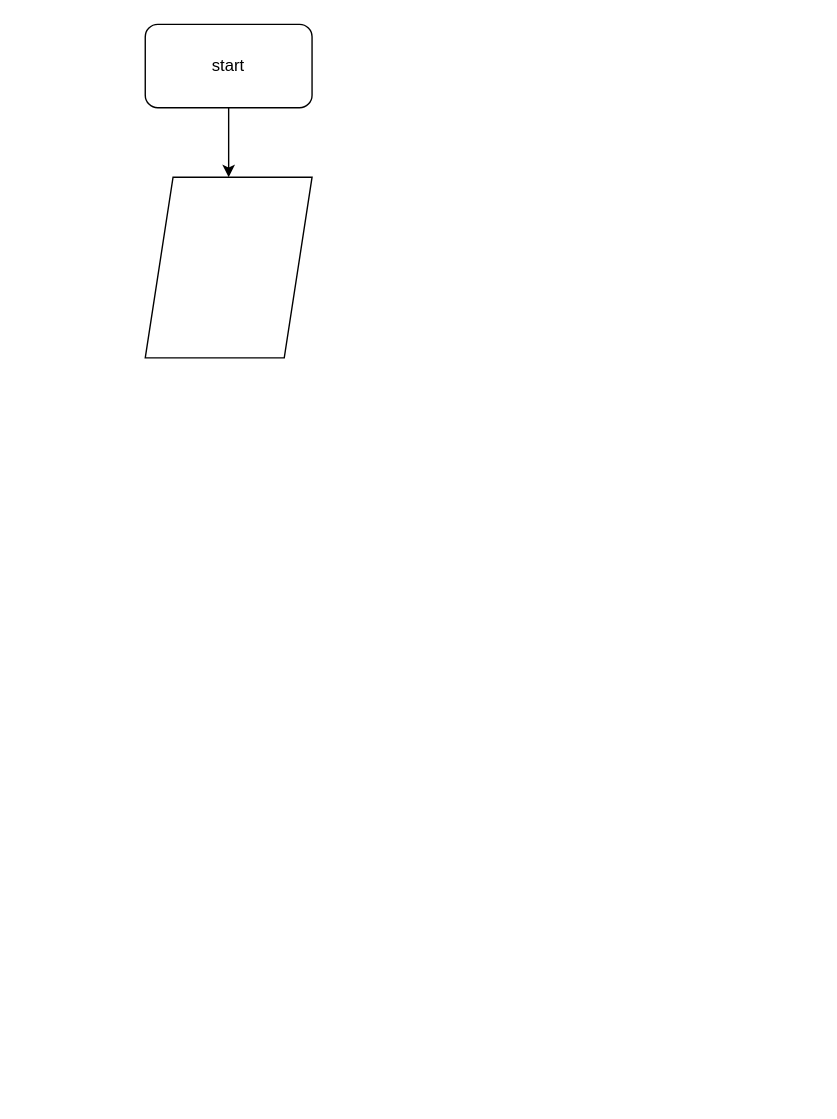
This is блок схема.drawio from Grog1979/ControlJob1, a draw.io file, before an edit. Source tidied: cells renumbered, new cells numbered last; positions are measured from the earlier drawing's top-left corner, leaving out a move shared by most shapes. Both pictures are drawn from the tidied source at 139%, with x=0, y=0 at pixel (145, 24).
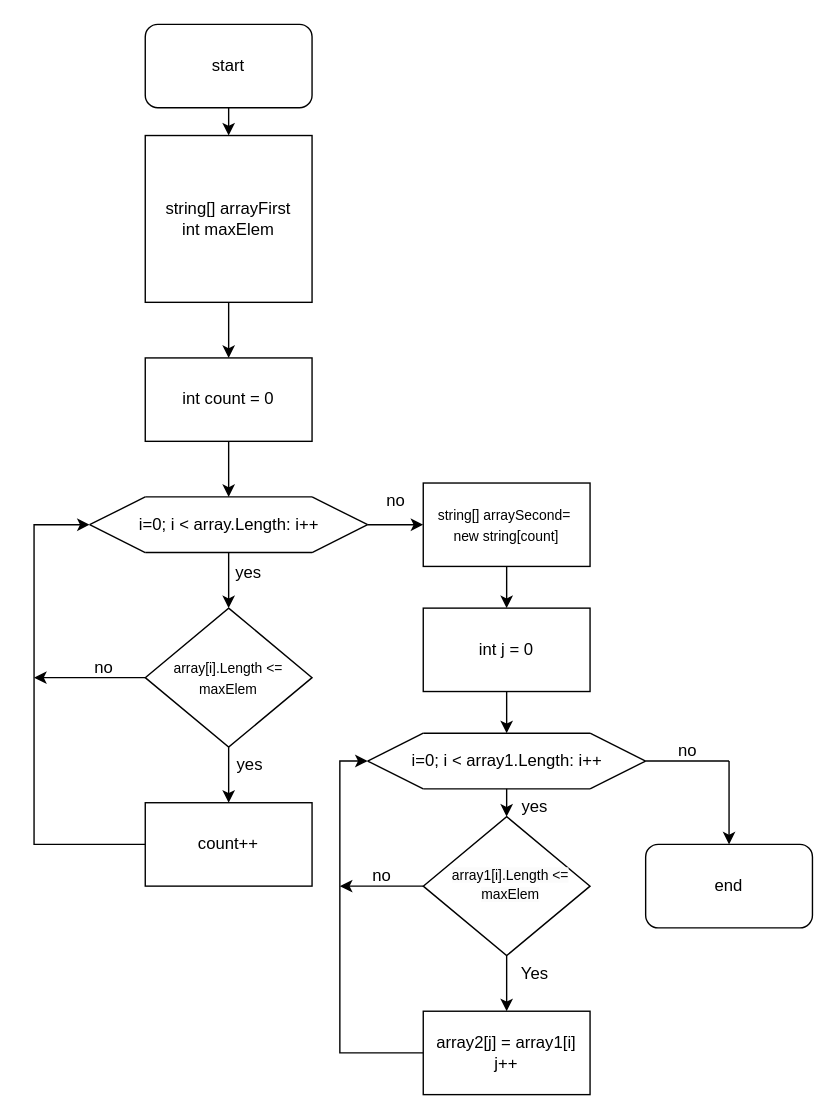
The same page after the edit.

The change refers to these unchanged cells:
```xml
<mxCell id="3" value="start" style="rounded=1;whiteSpace=wrap;html=1;" parent="1" vertex="1">
  <mxGeometry width="120" height="60" as="geometry" />
</mxCell>
```

The edit, as a diff of the source:
```diff
@@
-    <mxCell id="2" style="edgeStyle=orthogonalEdgeStyle;rounded=0;jettySize=auto;html=1;" parent="1" edge="1" source="3" target="4">
-      <mxGeometry relative="1" as="geometry" />
+    <mxCell id="2" style="edgeStyle=orthogonalEdgeStyle;rounded=0;jettySize=auto;html=1;" parent="1" edge="1" source="3">
+      <mxGeometry relative="1" as="geometry">
+        <mxPoint x="60" y="80" as="targetPoint" />
+      </mxGeometry>
     </mxCell>
@@
-    <mxCell id="4" style="shape=parallelogram;perimeter=parallelogramPerimeter;whiteSpace=wrap;html=1;fixedSize=1;" parent="1" vertex="1">
-      <mxGeometry y="110" width="120" height="130" as="geometry" />
-    </mxCell>
+    <mxCell id="5" style="edgeStyle=orthogonalEdgeStyle;rounded=0;jettySize=auto;html=1;" parent="1" edge="1" source="6">
+      <mxGeometry relative="1" as="geometry">
+        <mxPoint x="60" y="240" as="targetPoint" />
+      </mxGeometry>
+    </mxCell>
+    <mxCell id="6" value="string[] arrayFirst&lt;br&gt;int maxElem" style="whiteSpace=wrap;html=1;" parent="1" vertex="1">
+      <mxGeometry y="80" width="120" height="120" as="geometry" />
+    </mxCell>
+    <mxCell id="7" style="group;" parent="1" vertex="1">
+      <mxGeometry x="-40" y="340" width="200" height="40" as="geometry" />
+    </mxCell>
+    <mxCell id="8" style="endArrow=none;html=1;rounded=0;" parent="7" edge="1">
+      <mxGeometry relative="1" as="geometry">
+        <mxPoint x="40" as="sourcePoint" />
+        <mxPoint x="160" as="targetPoint" />
+      </mxGeometry>
+    </mxCell>
+    <mxCell id="9" style="endArrow=none;html=1;rounded=0;" parent="7" edge="1">
+      <mxGeometry relative="1" as="geometry">
+        <mxPoint x="40" y="40" as="sourcePoint" />
+        <mxPoint x="160" y="40" as="targetPoint" />
+      </mxGeometry>
+    </mxCell>
+    <mxCell id="10" style="endArrow=none;html=1;rounded=0;" parent="7" edge="1">
+      <mxGeometry relative="1" as="geometry">
+        <mxPoint x="160" as="sourcePoint" />
+        <mxPoint x="200" y="20" as="targetPoint" />
+      </mxGeometry>
+    </mxCell>
+    <mxCell id="11" style="endArrow=none;html=1;rounded=0;" parent="7" edge="1">
+      <mxGeometry relative="1" as="geometry">
+        <mxPoint x="160" y="40" as="sourcePoint" />
+        <mxPoint x="200" y="20" as="targetPoint" />
+      </mxGeometry>
+    </mxCell>
+    <mxCell id="12" style="endArrow=none;html=1;rounded=0;" parent="7" edge="1">
+      <mxGeometry relative="1" as="geometry">
+        <mxPoint y="20" as="sourcePoint" />
+        <mxPoint x="40" y="40" as="targetPoint" />
+      </mxGeometry>
+    </mxCell>
+    <mxCell id="13" style="endArrow=none;html=1;rounded=0;" parent="7" edge="1">
+      <mxGeometry relative="1" as="geometry">
+        <mxPoint y="20" as="sourcePoint" />
+        <mxPoint x="40" as="targetPoint" />
+      </mxGeometry>
+    </mxCell>
+    <mxCell id="14" value="i=0; i &amp;lt; array.Length: i++" style="text;html=1;align=center;verticalAlign=middle;strokeColor=none;fillColor=none;" parent="7" vertex="1">
+      <mxGeometry x="25" y="5" width="150" height="30" as="geometry" />
+    </mxCell>
+    <mxCell id="15" style="edgeStyle=orthogonalEdgeStyle;rounded=0;jettySize=auto;html=1;" parent="1" edge="1" source="16">
+      <mxGeometry relative="1" as="geometry">
+        <mxPoint x="60" y="340" as="targetPoint" />
+      </mxGeometry>
+    </mxCell>
+    <mxCell id="16" value="int count = 0" style="rounded=0;whiteSpace=wrap;html=1;" parent="1" vertex="1">
+      <mxGeometry y="240" width="120" height="60" as="geometry" />
+    </mxCell>
+    <mxCell id="17" style="edgeStyle=orthogonalEdgeStyle;rounded=0;jettySize=auto;html=1;" parent="1" edge="1" source="19" target="21">
+      <mxGeometry relative="1" as="geometry" />
+    </mxCell>
+    <mxCell id="18" style="edgeStyle=orthogonalEdgeStyle;rounded=0;jettySize=auto;html=1;" parent="1" edge="1" source="19">
+      <mxGeometry relative="1" as="geometry">
+        <mxPoint x="-80" y="470" as="targetPoint" />
+      </mxGeometry>
+    </mxCell>
+    <mxCell id="19" value="&lt;font style=&quot;font-size: 10px;&quot;&gt;array[i].Length &amp;lt;=&lt;br style=&quot;border-color: var(--border-color);&quot;&gt;maxElem&lt;br&gt;&lt;/font&gt;" style="rhombus;whiteSpace=wrap;html=1;" parent="1" vertex="1">
+      <mxGeometry y="420" width="120" height="100" as="geometry" />
+    </mxCell>
+    <mxCell id="20" style="edgeStyle=orthogonalEdgeStyle;rounded=0;jettySize=auto;html=1;" parent="1" edge="1" source="21">
+      <mxGeometry relative="1" as="geometry">
+        <mxPoint x="-40" y="360" as="targetPoint" />
+        <Array as="points">
+          <mxPoint x="-80" y="590" />
+          <mxPoint x="-80" y="360" />
+        </Array>
+      </mxGeometry>
+    </mxCell>
+    <mxCell id="21" value="count++" style="rounded=0;whiteSpace=wrap;html=1;" parent="1" vertex="1">
+      <mxGeometry y="560" width="120" height="60" as="geometry" />
+    </mxCell>
+    <mxCell id="22" style="endArrow=classic;html=1;rounded=0;" parent="1" edge="1" target="19">
+      <mxGeometry relative="1" as="geometry">
+        <mxPoint x="60" y="380" as="sourcePoint" />
+      </mxGeometry>
+    </mxCell>
+    <mxCell id="23" style="edgeStyle=orthogonalEdgeStyle;rounded=0;jettySize=auto;html=1;" parent="1" edge="1" source="24" target="26">
+      <mxGeometry relative="1" as="geometry" />
+    </mxCell>
+    <mxCell id="24" value="&lt;font style=&quot;font-size: 10px;&quot;&gt;string[] arraySecond=&amp;nbsp;&lt;br&gt;new string[count]&lt;/font&gt;" style="rounded=0;whiteSpace=wrap;html=1;" parent="1" vertex="1">
+      <mxGeometry x="200" y="330" width="120" height="60" as="geometry" />
+    </mxCell>
+    <mxCell id="25" style="edgeStyle=orthogonalEdgeStyle;rounded=0;jettySize=auto;html=1;" parent="1" edge="1" source="26">
+      <mxGeometry relative="1" as="geometry">
+        <mxPoint x="260" y="510" as="targetPoint" />
+      </mxGeometry>
+    </mxCell>
+    <mxCell id="26" value="int j = 0" style="rounded=0;whiteSpace=wrap;html=1;" parent="1" vertex="1">
+      <mxGeometry x="200" y="420" width="120" height="60" as="geometry" />
+    </mxCell>
+    <mxCell id="27" style="endArrow=classic;html=1;rounded=0;entryX=0;entryY=0.5;entryDx=0;entryDy=0;" parent="1" edge="1" target="24">
+      <mxGeometry relative="1" as="geometry">
+        <mxPoint x="160" y="360" as="sourcePoint" />
+      </mxGeometry>
+    </mxCell>
+    <mxCell id="28" style="group;" parent="1" vertex="1">
+      <mxGeometry x="160" y="510" width="200" height="40" as="geometry" />
+    </mxCell>
+    <mxCell id="29" style="endArrow=none;html=1;rounded=0;" parent="28" edge="1">
+      <mxGeometry relative="1" as="geometry">
+        <mxPoint x="40" as="sourcePoint" />
+        <mxPoint x="160" as="targetPoint" />
+      </mxGeometry>
+    </mxCell>
+    <mxCell id="30" style="endArrow=none;html=1;rounded=0;" parent="28" edge="1">
+      <mxGeometry relative="1" as="geometry">
+        <mxPoint x="40" y="40" as="sourcePoint" />
+        <mxPoint x="160" y="40" as="targetPoint" />
+      </mxGeometry>
+    </mxCell>
+    <mxCell id="31" style="endArrow=none;html=1;rounded=0;" parent="28" edge="1">
+      <mxGeometry relative="1" as="geometry">
+        <mxPoint x="160" as="sourcePoint" />
+        <mxPoint x="200" y="20" as="targetPoint" />
+      </mxGeometry>
+    </mxCell>
+    <mxCell id="32" style="endArrow=none;html=1;rounded=0;" parent="28" edge="1">
+      <mxGeometry relative="1" as="geometry">
+        <mxPoint x="160" y="40" as="sourcePoint" />
+        <mxPoint x="200" y="20" as="targetPoint" />
+      </mxGeometry>
+    </mxCell>
+    <mxCell id="33" style="endArrow=none;html=1;rounded=0;" parent="28" edge="1">
+      <mxGeometry relative="1" as="geometry">
+        <mxPoint y="20" as="sourcePoint" />
+        <mxPoint x="40" y="40" as="targetPoint" />
+      </mxGeometry>
+    </mxCell>
+    <mxCell id="34" style="endArrow=none;html=1;rounded=0;" parent="28" edge="1">
+      <mxGeometry relative="1" as="geometry">
+        <mxPoint y="20" as="sourcePoint" />
+        <mxPoint x="40" as="targetPoint" />
+      </mxGeometry>
+    </mxCell>
+    <mxCell id="35" value="i=0; i &amp;lt; array1.Length: i++" style="text;html=1;align=center;verticalAlign=middle;strokeColor=none;fillColor=none;" parent="28" vertex="1">
+      <mxGeometry x="20" y="5" width="160" height="30" as="geometry" />
+    </mxCell>
+    <mxCell id="36" style="edgeStyle=orthogonalEdgeStyle;rounded=0;jettySize=auto;html=1;" parent="1" edge="1" source="38" target="40">
+      <mxGeometry relative="1" as="geometry" />
+    </mxCell>
+    <mxCell id="37" style="edgeStyle=orthogonalEdgeStyle;rounded=0;jettySize=auto;html=1;" parent="1" edge="1" source="38">
+      <mxGeometry relative="1" as="geometry">
+        <mxPoint x="140" y="620" as="targetPoint" />
+      </mxGeometry>
+    </mxCell>
+    <mxCell id="38" style="rhombus;whiteSpace=wrap;html=1;" parent="1" vertex="1">
+      <mxGeometry x="200" y="570" width="120" height="100" as="geometry" />
+    </mxCell>
+    <mxCell id="39" style="edgeStyle=orthogonalEdgeStyle;rounded=0;jettySize=auto;html=1;" parent="1" edge="1" source="40">
+      <mxGeometry relative="1" as="geometry">
+        <mxPoint x="160" y="530" as="targetPoint" />
+        <Array as="points">
+          <mxPoint x="140" y="740" />
+          <mxPoint x="140" y="530" />
+        </Array>
+      </mxGeometry>
+    </mxCell>
+    <mxCell id="40" value="array2[j] = array1[i]&lt;br&gt;j++" style="rounded=0;whiteSpace=wrap;html=1;" parent="1" vertex="1">
+      <mxGeometry x="200" y="710" width="120" height="60" as="geometry" />
+    </mxCell>
+    <mxCell id="41" style="endArrow=classic;html=1;rounded=0;entryX=0.5;entryY=0;entryDx=0;entryDy=0;" parent="1" edge="1" target="38">
+      <mxGeometry relative="1" as="geometry">
+        <mxPoint x="260" y="550" as="sourcePoint" />
+      </mxGeometry>
+    </mxCell>
+    <mxCell id="42" value="end" style="rounded=1;whiteSpace=wrap;html=1;" parent="1" vertex="1">
+      <mxGeometry x="360" y="590" width="120" height="60" as="geometry" />
+    </mxCell>
+    <mxCell id="43" style="endArrow=none;html=1;rounded=0;" parent="1" edge="1">
+      <mxGeometry relative="1" as="geometry">
+        <mxPoint x="360" y="530" as="sourcePoint" />
+        <mxPoint x="420" y="530" as="targetPoint" />
+      </mxGeometry>
+    </mxCell>
+    <mxCell id="44" style="endArrow=classic;html=1;rounded=0;entryX=0.5;entryY=0;entryDx=0;entryDy=0;" parent="1" edge="1" target="42">
+      <mxGeometry relative="1" as="geometry">
+        <mxPoint x="420" y="530" as="sourcePoint" />
+      </mxGeometry>
+    </mxCell>
+    <mxCell id="45" value="yes" style="text;html=1;align=center;verticalAlign=middle;strokeColor=none;fillColor=none;" parent="1" vertex="1">
+      <mxGeometry x="54" y="380" width="40" height="30" as="geometry" />
+    </mxCell>
+    <mxCell id="46" value="no" style="text;html=1;align=center;verticalAlign=middle;strokeColor=none;fillColor=none;" parent="1" vertex="1">
+      <mxGeometry x="160" y="328" width="40" height="30" as="geometry" />
+    </mxCell>
+    <mxCell id="47" value="no" style="text;html=1;align=center;verticalAlign=middle;strokeColor=none;fillColor=none;" parent="1" vertex="1">
+      <mxGeometry x="-50" y="448" width="40" height="30" as="geometry" />
+    </mxCell>
+    <mxCell id="48" value="yes" style="text;html=1;align=center;verticalAlign=middle;strokeColor=none;fillColor=none;" parent="1" vertex="1">
+      <mxGeometry x="55" y="518" width="40" height="30" as="geometry" />
+    </mxCell>
+    <mxCell id="49" value="&lt;span style=&quot;color: rgb(0, 0, 0); font-family: Helvetica; font-size: 10px; font-style: normal; font-variant-ligatures: normal; font-variant-caps: normal; font-weight: 400; letter-spacing: normal; orphans: 2; text-indent: 0px; text-transform: none; widows: 2; word-spacing: 0px; -webkit-text-stroke-width: 0px; background-color: rgb(251, 251, 251); text-decoration-thickness: initial; text-decoration-style: initial; text-decoration-color: initial; float: none; display: inline !important;&quot;&gt;array1[i].Length &amp;lt;=&lt;/span&gt;&lt;br style=&quot;border-color: var(--border-color); color: rgb(0, 0, 0); font-family: Helvetica; font-size: 10px; font-style: normal; font-variant-ligatures: normal; font-variant-caps: normal; font-weight: 400; letter-spacing: normal; orphans: 2; text-indent: 0px; text-transform: none; widows: 2; word-spacing: 0px; -webkit-text-stroke-width: 0px; background-color: rgb(251, 251, 251); text-decoration-thickness: initial; text-decoration-style: initial; text-decoration-color: initial;&quot;&gt;&lt;span style=&quot;color: rgb(0, 0, 0); font-family: Helvetica; font-size: 10px; font-style: normal; font-variant-ligatures: normal; font-variant-caps: normal; font-weight: 400; letter-spacing: normal; orphans: 2; text-indent: 0px; text-transform: none; widows: 2; word-spacing: 0px; -webkit-text-stroke-width: 0px; background-color: rgb(251, 251, 251); text-decoration-thickness: initial; text-decoration-style: initial; text-decoration-color: initial; float: none; display: inline !important;&quot;&gt;maxElem&lt;/span&gt;" style="text;whiteSpace=wrap;html=1;align=center;" parent="1" vertex="1">
+      <mxGeometry x="208" y="598" width="110" height="50" as="geometry" />
+    </mxCell>
+    <mxCell id="50" value="Yes" style="text;html=1;align=center;verticalAlign=middle;strokeColor=none;fillColor=none;" parent="1" vertex="1">
+      <mxGeometry x="260" y="668" width="40" height="30" as="geometry" />
+    </mxCell>
+    <mxCell id="51" value="yes" style="text;html=1;align=center;verticalAlign=middle;strokeColor=none;fillColor=none;" parent="1" vertex="1">
+      <mxGeometry x="260" y="548" width="40" height="30" as="geometry" />
+    </mxCell>
+    <mxCell id="52" value="no" style="text;html=1;align=center;verticalAlign=middle;strokeColor=none;fillColor=none;" parent="1" vertex="1">
+      <mxGeometry x="150" y="598" width="40" height="30" as="geometry" />
+    </mxCell>
+    <mxCell id="53" value="no" style="text;html=1;align=center;verticalAlign=middle;strokeColor=none;fillColor=none;" parent="1" vertex="1">
+      <mxGeometry x="370" y="508" width="40" height="30" as="geometry" />
+    </mxCell>
```
